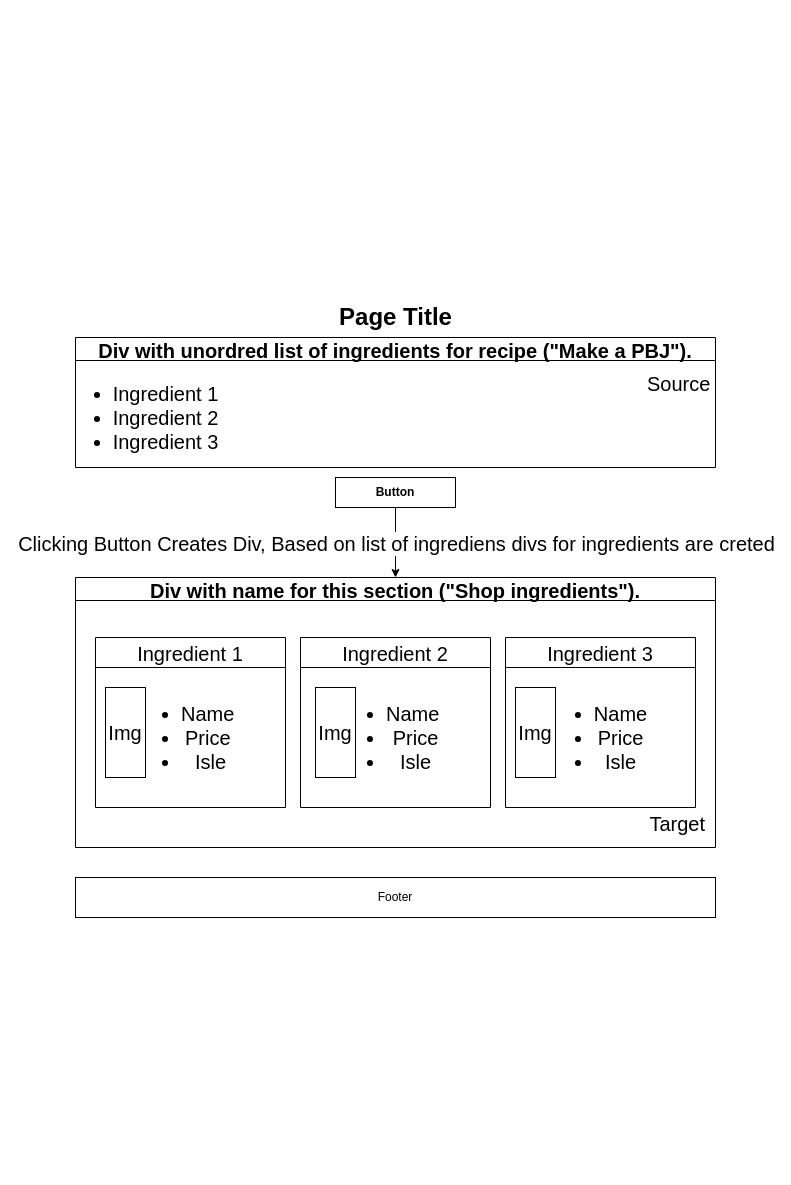
The draw.io diagram assets/wireframes/searchPage.drawio in jennyrae818/Project1, before the edit. Source tidied: cells renumbered, new cells numbered last; positions are measured from the earlier drawing's top-left corner, leaving out a move shared by most shapes. Both pictures are drawn from the tidied source at 100%, with x=0, y=0 at pixel (65, 297).
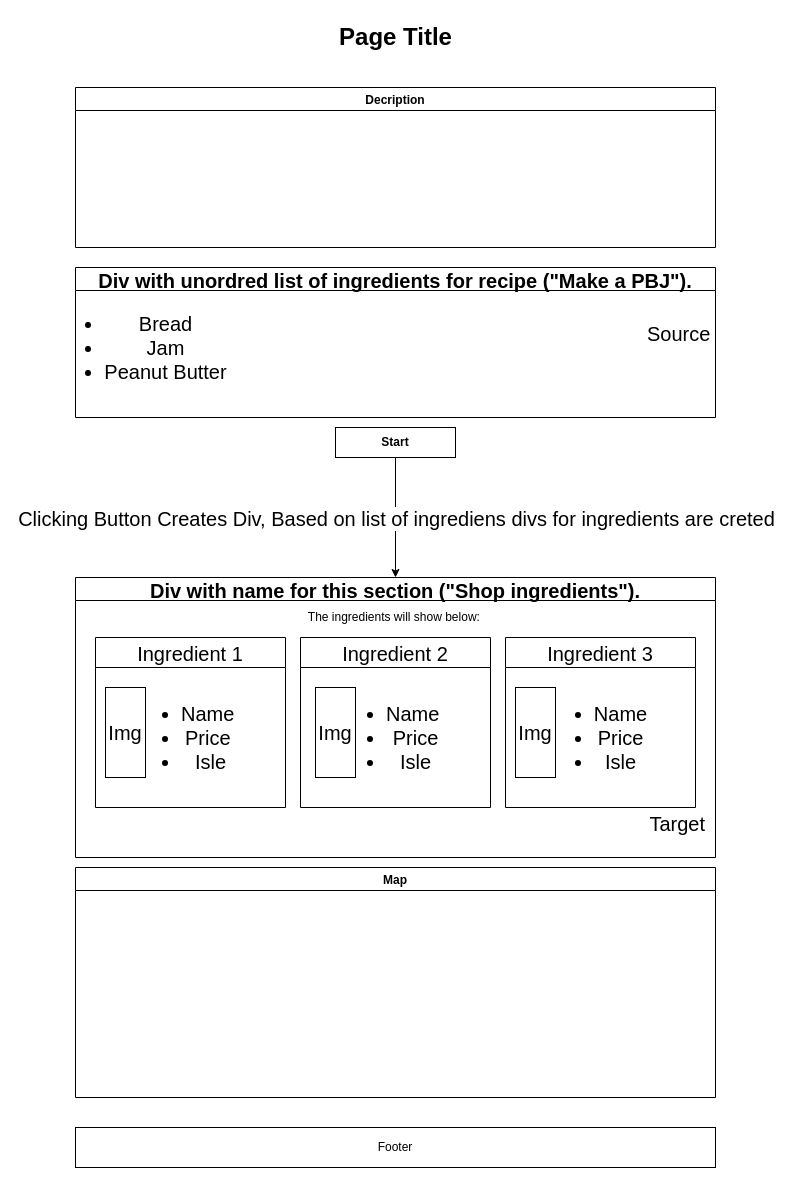
After the change.

Commit message:
Updating the wireframe to relect the latest userflow for search page

What changed in the source:
```diff
@@
-    <mxCell id="2" value="Page Title" style="text;strokeColor=none;fillColor=none;html=1;fontSize=24;fontStyle=1;verticalAlign=middle;align=center;" parent="1" vertex="1">
-      <mxGeometry x="170" width="320" height="40" as="geometry" />
-    </mxCell>
-    <mxCell id="3" value="Button" style="rounded=0;whiteSpace=wrap;html=1;fontStyle=1;" parent="1" vertex="1">
-      <mxGeometry x="270" y="180" width="120" height="30" as="geometry" />
-    </mxCell>
+    <mxCell id="20" value="Page Title" style="text;strokeColor=none;fillColor=none;html=1;fontSize=24;fontStyle=1;verticalAlign=middle;align=center;" parent="1" vertex="1">
+      <mxGeometry x="170" y="-280" width="320" height="40" as="geometry" />
+    </mxCell>
+    <mxCell id="21" value="Start" style="rounded=0;whiteSpace=wrap;html=1;fontStyle=1;" parent="1" vertex="1">
+      <mxGeometry x="270" y="130" width="120" height="30" as="geometry" />
+    </mxCell>
     <mxCell id="4" value="Footer" style="rounded=0;whiteSpace=wrap;html=1;" parent="1" vertex="1">
-      <mxGeometry x="10" y="580" width="640" height="40" as="geometry" />
+      <mxGeometry x="10" y="830" width="640" height="40" as="geometry" />
     </mxCell>
     <mxCell id="5" value="Div with name for this section (&quot;Shop ingredients&quot;)." style="swimlane;fontSize=20;" parent="1" vertex="1">
-      <mxGeometry x="10" y="280" width="640" height="270" as="geometry" />
+      <mxGeometry x="10" y="280" width="640" height="280" as="geometry" />
     </mxCell>
@@
+    <mxCell id="22" value="The ingredients will show below:&amp;nbsp;" style="text;html=1;align=center;verticalAlign=middle;strokeColor=none;fillColor=none;" parent="5" vertex="1">
+      <mxGeometry x="225" y="30" width="190" height="20" as="geometry" />
+    </mxCell>
     <mxCell id="12" value="Div with unordred list of ingredients for recipe (&quot;Make a PBJ&quot;)." style="swimlane;fontSize=20;" parent="1" vertex="1">
-      <mxGeometry x="10" y="40" width="640" height="130" as="geometry" />
+      <mxGeometry x="10" y="-30" width="640" height="150" as="geometry" />
     </mxCell>
-    <mxCell id="13" value="&lt;ul&gt;&lt;li&gt;Ingredient 1&lt;/li&gt;&lt;li&gt;Ingredient 2&lt;/li&gt;&lt;li&gt;Ingredient 3&lt;/li&gt;&lt;/ul&gt;" style="text;html=1;align=center;verticalAlign=middle;strokeColor=none;fillColor=none;fontSize=20;" parent="12" vertex="1">
-      <mxGeometry x="-10" y="10" width="160" height="140" as="geometry" />
-    </mxCell>
+    <mxCell id="23" value="&lt;ul&gt;&lt;li&gt;Bread&lt;/li&gt;&lt;li&gt;Jam&lt;/li&gt;&lt;li&gt;Peanut Butter&lt;/li&gt;&lt;/ul&gt;" style="text;html=1;align=center;verticalAlign=middle;strokeColor=none;fillColor=none;fontSize=20;" parent="12" vertex="1">
+      <mxGeometry x="-20" y="10" width="180" height="140" as="geometry" />
+    </mxCell>
@@
-    <mxCell id="17" style="endArrow=classic;html=1;fontSize=20;exitX=0.5;exitY=1;exitDx=0;exitDy=0;" parent="1" edge="1" source="3" target="5">
-      <mxGeometry relative="1" as="geometry" />
-    </mxCell>
+    <mxCell id="24" style="endArrow=classic;html=1;fontSize=20;exitX=0.5;exitY=1;exitDx=0;exitDy=0;" parent="1" edge="1" source="21" target="5">
+      <mxGeometry relative="1" as="geometry" />
+    </mxCell>
-    <mxCell id="18" value="Clicking Button Creates Div, Based on list of ingrediens divs for ingredients are creted" style="edgeLabel;html=1;align=center;verticalAlign=middle;fontSize=20;" parent="17" vertex="1">
+    <mxCell id="18" value="Clicking Button Creates Div, Based on list of ingrediens divs for ingredients are creted" style="edgeLabel;html=1;align=center;verticalAlign=middle;fontSize=20;" parent="24" vertex="1">
       <mxGeometry relative="1" as="geometry" />
     </mxCell>
-    <mxCell id="19" value="Source" style="edgeLabel;html=1;align=left;verticalAlign=bottom;fontSize=20;" parent="17" vertex="1">
+    <mxCell id="19" value="Source" style="edgeLabel;html=1;align=left;verticalAlign=bottom;fontSize=20;" parent="24" vertex="1">
       <mxGeometry x="-1" relative="1" as="geometry">
         <mxPoint x="250" y="-110" as="offset" />
       </mxGeometry>
     </mxCell>
-    <mxCell id="20" value="Target" style="edgeLabel;html=1;align=right;verticalAlign=bottom;fontSize=20;" parent="17" vertex="1">
-      <mxGeometry x="1" relative="1" as="geometry">
-        <mxPoint x="310" y="260" as="offset" />
-      </mxGeometry>
-    </mxCell>
+    <mxCell id="25" value="Target" style="edgeLabel;html=1;align=right;verticalAlign=bottom;fontSize=20;" parent="24" vertex="1">
+      <mxGeometry x="1" relative="1" as="geometry">
+        <mxPoint x="310" y="260" as="offset" />
+      </mxGeometry>
+    </mxCell>
+    <mxCell id="26" value="Decription" style="swimlane;" parent="1" vertex="1">
+      <mxGeometry x="10" y="-210" width="640" height="160" as="geometry" />
+    </mxCell>
+    <mxCell id="27" value="Map" style="swimlane;" parent="1" vertex="1">
+      <mxGeometry x="10" y="570" width="640" height="230" as="geometry" />
+    </mxCell>
```
